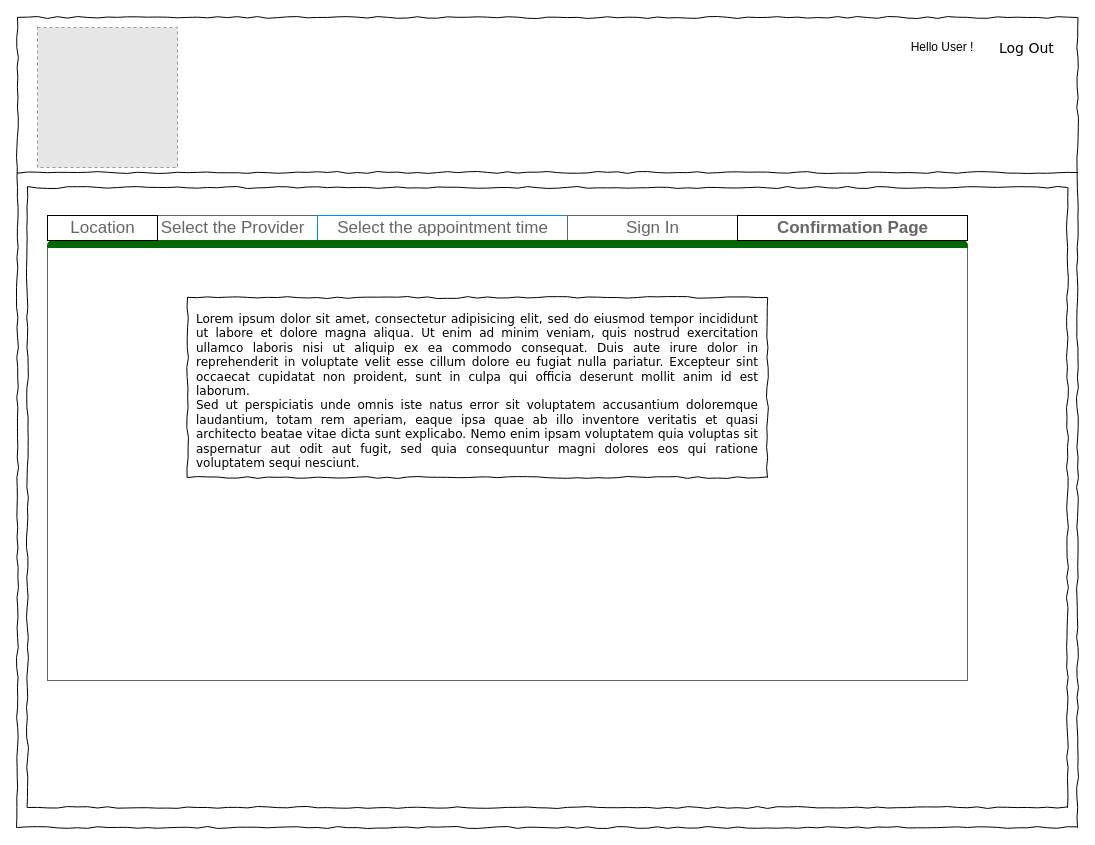
Janani-Manoharan/CovidDots keeps this draw.io diagram as Confirmation Page.drawio. Above is the earlier version. Source tidied: cells renumbered, new cells numbered last; positions are measured from the earlier drawing's top-left corner, leaving out a move shared by most shapes. Both pictures are drawn from the tidied source at 100%, with x=0, y=0 at pixel (17, 17). Pictures stored in the file or linked from it are replaced by grey dashed boxes.
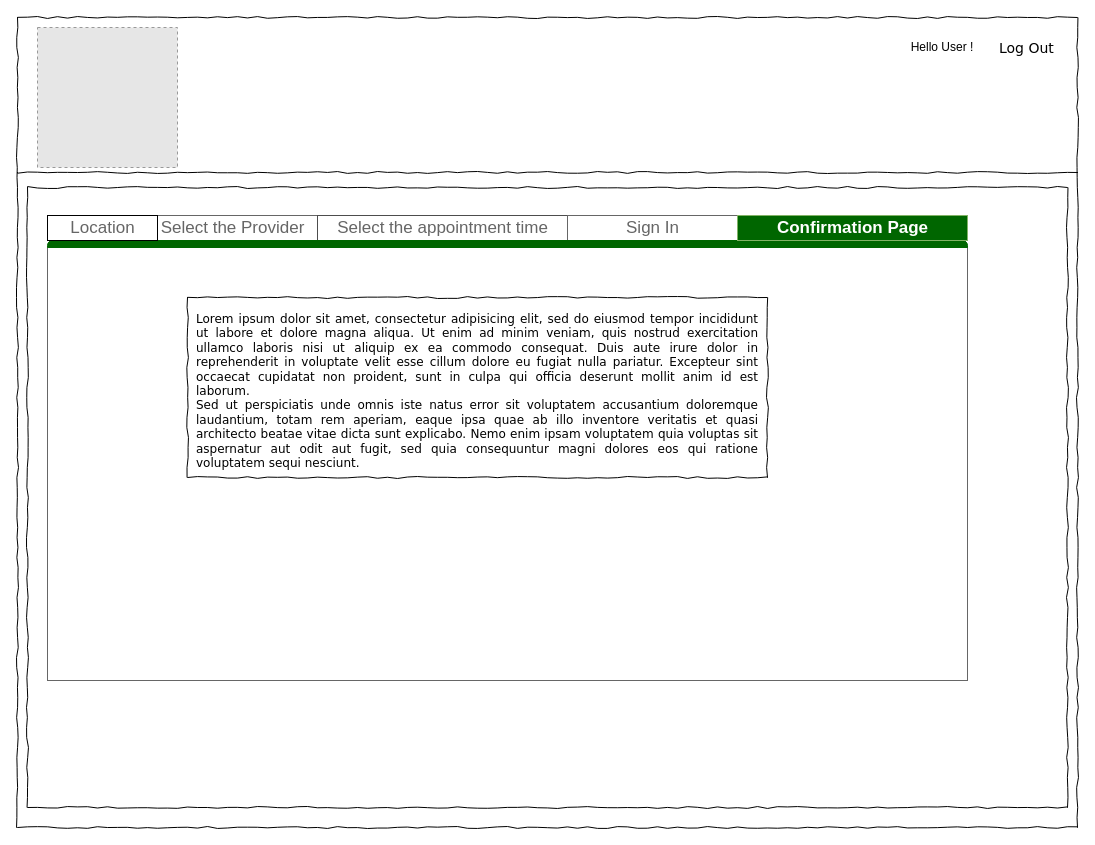
Above is the later version.

What changed in the source:
```diff
@@
 <mxGraphModel>
   <root>
     <mxCell id="0" />
     <mxCell id="1" parent="0" />
     <mxCell id="2" style="whiteSpace=wrap;html=1;rounded=0;shadow=0;labelBackgroundColor=none;strokeColor=#000000;strokeWidth=1;fillColor=none;fontFamily=Verdana;fontSize=12;fontColor=#000000;align=center;comic=1;" parent="1" vertex="1">
       <mxGeometry width="1060" height="810" as="geometry" />
     </mxCell>
     <mxCell id="3" value="Log Out" style="text;html=1;align=left;verticalAlign=top;spacingTop=-4;fontSize=14;fontFamily=Verdana;" parent="1" vertex="1">
       <mxGeometry x="980" y="20" width="60" height="20" as="geometry" />
     </mxCell>
     <mxCell id="4" style="line;strokeWidth=1;html=1;rounded=0;shadow=0;labelBackgroundColor=none;fillColor=none;fontFamily=Verdana;fontSize=14;fontColor=#000000;align=center;comic=1;" parent="1" vertex="1">
       <mxGeometry y="120" width="1060" height="70" as="geometry" />
     </mxCell>
     <mxCell id="5" style="whiteSpace=wrap;html=1;rounded=0;shadow=0;labelBackgroundColor=none;strokeWidth=1;fillColor=none;fontFamily=Verdana;fontSize=12;align=center;comic=1;" parent="1" vertex="1">
       <mxGeometry x="10" y="170" width="1040" height="620" as="geometry" />
     </mxCell>
     <mxCell id="6" style="strokeWidth=1;shadow=0;dashed=0;align=center;html=1;shape=mxgraph.mockup.containers.marginRect2;rectMarginTop=32;strokeColor=#666666;gradientColor=none;" parent="1" vertex="1">
       <mxGeometry x="30" y="198" width="920" height="465" as="geometry" />
     </mxCell>
     <mxCell id="7" value="Select the Provider" style="strokeColor=inherit;fillColor=inherit;gradientColor=inherit;strokeWidth=1;shadow=0;dashed=0;align=center;html=1;shape=mxgraph.mockup.containers.rrect;rSize=0;fontSize=17;fontColor=#666666;gradientColor=none;" parent="6" vertex="1">
       <mxGeometry width="170" height="25" relative="1" as="geometry">
         <mxPoint x="100" as="offset" />
       </mxGeometry>
     </mxCell>
-    <mxCell id="8" value="&lt;font color=&quot;#666666&quot;&gt;Select the appointment time&lt;/font&gt;" style="strokeWidth=1;shadow=0;dashed=0;align=center;html=1;shape=mxgraph.mockup.containers.rrect;rSize=0;fontSize=17;fontColor=#ffffff;strokeColor=#008cff;fillColor=none;" parent="6" vertex="1">
+    <mxCell id="8" value="&lt;font color=&quot;#666666&quot;&gt;Select the appointment time&lt;/font&gt;" style="strokeWidth=1;shadow=0;dashed=0;align=center;html=1;shape=mxgraph.mockup.containers.rrect;rSize=0;fontSize=17;fontColor=#ffffff;fillColor=none;strokeColor=#4D4D4D;" parent="6" vertex="1">
       <mxGeometry width="250" height="25" relative="1" as="geometry">
         <mxPoint x="270" as="offset" />
       </mxGeometry>
     </mxCell>
     <mxCell id="9" value="Sign In" style="strokeColor=inherit;fillColor=inherit;gradientColor=inherit;strokeWidth=1;shadow=0;dashed=0;align=center;html=1;shape=mxgraph.mockup.containers.rrect;rSize=0;fontSize=17;fontColor=#666666;gradientColor=none;" parent="6" vertex="1">
       <mxGeometry width="170" height="25" relative="1" as="geometry">
         <mxPoint x="520" as="offset" />
       </mxGeometry>
     </mxCell>
     <mxCell id="10" style="strokeWidth=1;shadow=0;dashed=0;align=center;html=1;shape=mxgraph.mockup.containers.topButton;rSize=5;gradientColor=none;fillColor=#006600;strokeColor=#006600;" parent="6" vertex="1">
       <mxGeometry width="920" height="7" relative="1" as="geometry">
         <mxPoint y="25" as="offset" />
       </mxGeometry>
     </mxCell>
     <mxCell id="11" value="&lt;div style=&quot;text-align: justify&quot;&gt;&lt;span&gt;Lorem ipsum dolor sit amet, consectetur adipisicing elit, sed do eiusmod tempor incididunt ut labore et dolore magna aliqua. Ut enim ad minim veniam, quis nostrud exercitation ullamco laboris nisi ut aliquip ex ea commodo consequat. Duis aute irure dolor in reprehenderit in voluptate velit esse cillum dolore eu fugiat nulla pariatur. Excepteur sint occaecat cupidatat non proident, sunt in culpa qui officia deserunt mollit anim id est laborum.&lt;/span&gt;&lt;/div&gt;&lt;div style=&quot;text-align: justify&quot;&gt;&lt;span&gt;Sed ut perspiciatis unde omnis iste natus error sit voluptatem accusantium doloremque laudantium, totam rem aperiam, eaque ipsa quae ab illo inventore veritatis et quasi architecto beatae vitae dicta sunt explicabo. Nemo enim ipsam voluptatem quia voluptas sit aspernatur aut odit aut fugit, sed quia consequuntur magni dolores eos qui ratione voluptatem sequi nesciunt.&amp;nbsp;&lt;/span&gt;&lt;/div&gt;" style="whiteSpace=wrap;html=1;rounded=0;shadow=0;labelBackgroundColor=none;strokeWidth=1;fillColor=none;fontFamily=Verdana;fontSize=12;align=center;verticalAlign=top;spacing=10;comic=1;" parent="6" vertex="1">
       <mxGeometry x="140" y="82" width="580" height="180" as="geometry" />
     </mxCell>
-    <mxCell id="12" value="&lt;b&gt;Confirmation Page&lt;/b&gt;" style="strokeColor=inherit;fillColor=inherit;gradientColor=inherit;strokeWidth=1;shadow=0;dashed=0;align=center;html=1;shape=mxgraph.mockup.containers.rrect;rSize=0;fontSize=17;fontColor=#666666;gradientColor=none;" parent="1" vertex="1">
+    <mxCell id="12" value="&lt;b&gt;Confirmation Page&lt;/b&gt;" style="strokeColor=#82b366;strokeWidth=1;shadow=0;dashed=0;align=center;html=1;shape=mxgraph.mockup.containers.rrect;rSize=0;fontSize=17;gradientColor=none;fillColor=#006600;fontColor=#FFFFFF;" parent="1" vertex="1">
       <mxGeometry x="720" y="198" width="230" height="25" as="geometry" />
     </mxCell>
     <mxCell id="13" style="fillColor=#E6E6E6;strokeColor=#999999;dashed=1;verticalLabelPosition=bottom;verticalAlign=top;" parent="1" vertex="1">
       <mxGeometry x="20" y="10" width="140" height="140" as="geometry" />
     </mxCell>
     <mxCell id="14" value="Location" style="strokeColor=inherit;fillColor=inherit;gradientColor=inherit;strokeWidth=1;shadow=0;dashed=0;align=center;html=1;shape=mxgraph.mockup.containers.rrect;rSize=0;fontSize=17;fontColor=#666666;gradientColor=none;" parent="1" vertex="1">
       <mxGeometry x="30" y="198" width="110" height="25" as="geometry" />
     </mxCell>
     <mxCell id="15" value="Hello User !" style="text;html=1;strokeColor=none;fillColor=none;align=center;verticalAlign=middle;whiteSpace=wrap;rounded=0;" parent="1" vertex="1">
       <mxGeometry x="890" y="20" width="70" height="20" as="geometry" />
     </mxCell>
   </root>
 </mxGraphModel>
```
